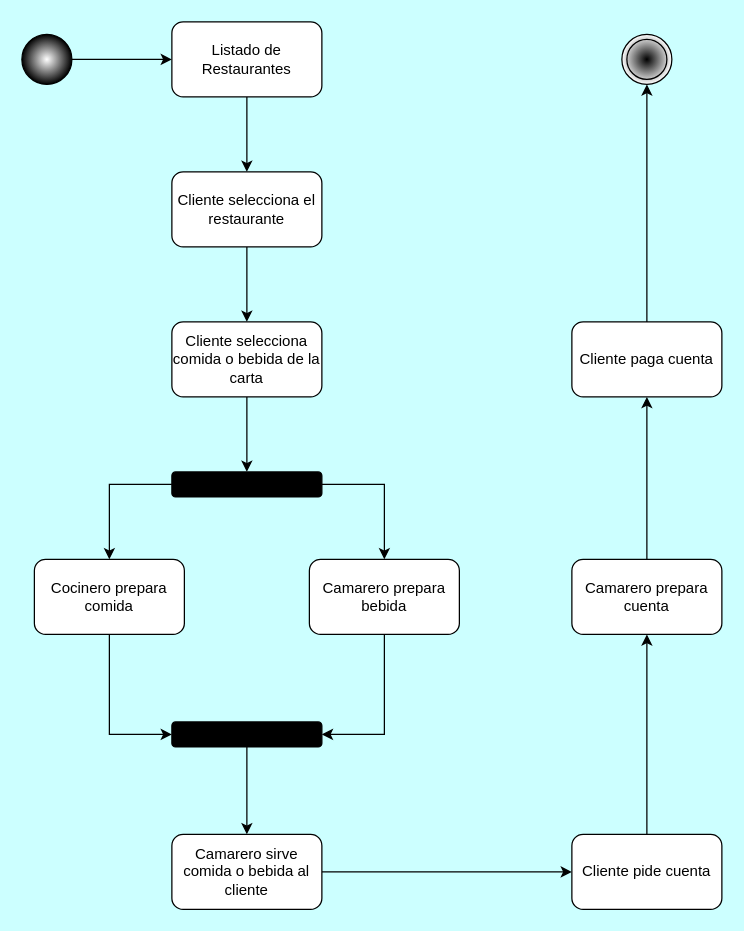
Earlier version of the draw.io diagram 02_Entornos de desarrollo/UT_4/EjerciciosTema04/07_Ejercicio7/Ejercicio7.drawio (antgomper/Curso_23-24_DAW). Source tidied: cells renumbered, new cells numbered last; positions are measured from the earlier drawing's top-left corner, leaving out a move shared by most shapes. Both pictures are drawn from the tidied source at 125%, with x=0, y=0 at pixel (21, 21).
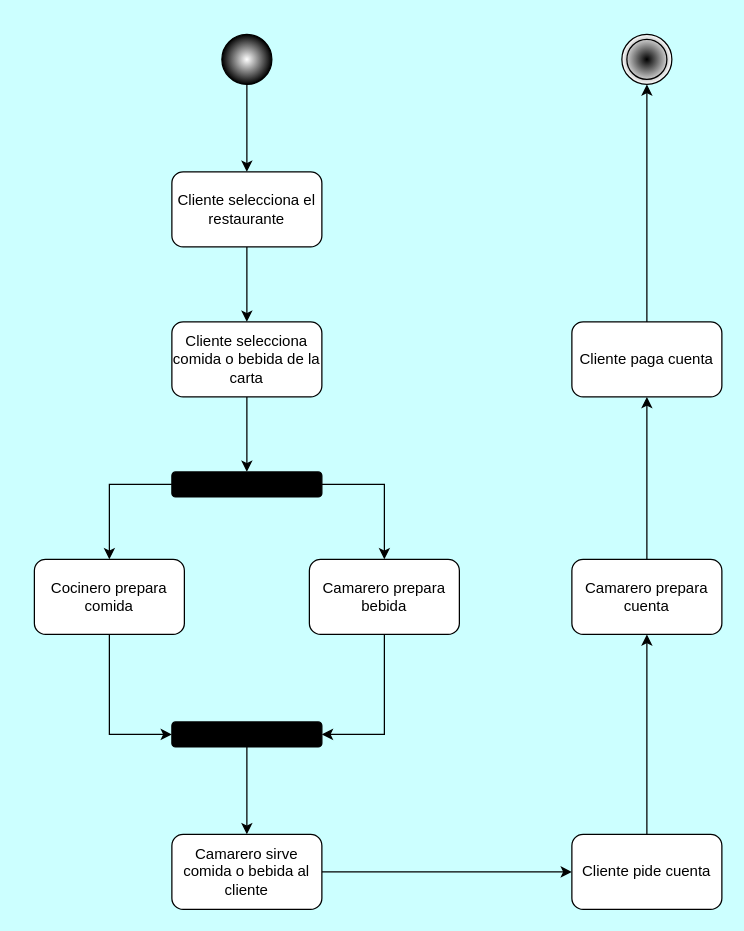
The same diagram, later.

Unchanged cells that the change refers to:
```xml
<mxCell id="3" value="Cliente selecciona el restaurante" style="rounded=1;whiteSpace=wrap;html=1;" parent="1" vertex="1">
  <mxGeometry x="120" y="120" width="120" height="60" as="geometry" />
</mxCell>
```

Diff of the diagram source:
```diff
@@
-    <mxCell id="4" style="edgeStyle=orthogonalEdgeStyle;rounded=0;jettySize=auto;html=1;exitX=1;exitY=0.5;exitDx=0;exitDy=0;" parent="1" edge="1" source="5" target="8">
-      <mxGeometry relative="1" as="geometry" />
-    </mxCell>
+    <mxCell id="28" style="edgeStyle=orthogonalEdgeStyle;rounded=0;jettySize=auto;html=1;exitX=0.5;exitY=1;exitDx=0;exitDy=0;" parent="1" edge="1" source="5" target="3">
+      <mxGeometry relative="1" as="geometry" />
+    </mxCell>
     <mxCell id="5" style="ellipse;whiteSpace=wrap;html=1;fillColor=#FFFFFF;fillStyle=auto;gradientColor=#000000;gradientDirection=radial;" parent="1" vertex="1">
-      <mxGeometry y="10" width="40" height="40" as="geometry" />
+      <mxGeometry x="160" y="10" width="40" height="40" as="geometry" />
     </mxCell>
@@
-    <mxCell id="7" style="edgeStyle=orthogonalEdgeStyle;rounded=0;jettySize=auto;html=1;exitX=0.5;exitY=1;exitDx=0;exitDy=0;entryX=0.5;entryY=0;entryDx=0;entryDy=0;" parent="1" edge="1" source="8" target="3">
-      <mxGeometry relative="1" as="geometry" />
-    </mxCell>
-    <mxCell id="8" value="Listado de Restaurantes" style="rounded=1;whiteSpace=wrap;html=1;" parent="1" vertex="1">
-      <mxGeometry x="120" width="120" height="60" as="geometry" />
-    </mxCell>
```
